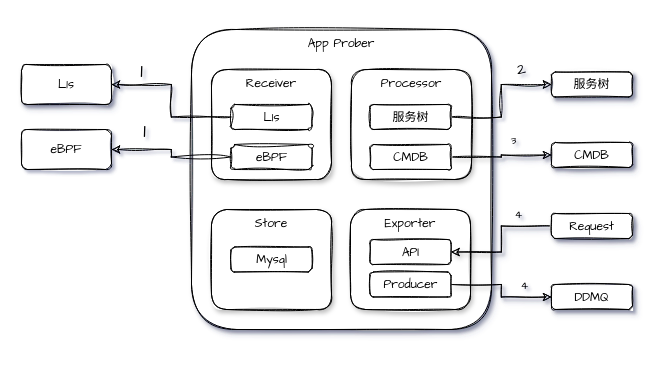
This is page "概要" (1 of 3) of app-prober.drawio from yubo/draw, a draw.io file, before an edit. Source tidied: cells renumbered, new cells numbered last; positions are measured from the earlier drawing's top-left corner, leaving out a move shared by most shapes. Both pictures are drawn from the tidied source at 100%, with x=0, y=0 at pixel (21, 29).
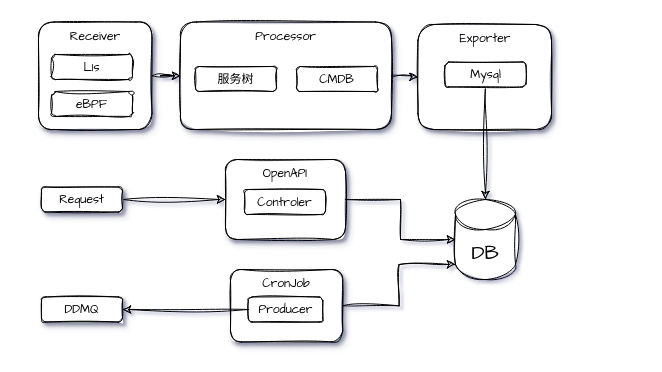
The same page after the edit.

Diff of the diagram source:
```diff
@@
-    <mxCell id="2" value="&lt;font face=&quot;Comic Sans MS&quot;&gt;App Prober&lt;/font&gt;" style="rounded=1;whiteSpace=wrap;html=1;shadow=1;sketch=1;strokeColor=default;fillColor=default;gradientColor=none;glass=0;verticalAlign=top;labelBackgroundColor=none;" parent="1" vertex="1">
-      <mxGeometry x="170" width="300" height="300" as="geometry" />
-    </mxCell>
-    <mxCell id="3" value="&lt;font face=&quot;Comic Sans MS&quot;&gt;L1s&lt;/font&gt;" style="rounded=1;whiteSpace=wrap;html=1;shadow=1;sketch=1;strokeColor=default;fillColor=default;gradientColor=none;glass=0;labelBackgroundColor=none;" parent="1" vertex="1">
-      <mxGeometry y="35" width="90" height="40" as="geometry" />
-    </mxCell>
-    <mxCell id="4" value="&lt;font face=&quot;Comic Sans MS&quot;&gt;eBPF&lt;/font&gt;" style="rounded=1;whiteSpace=wrap;html=1;shadow=0;sketch=1;strokeColor=default;fillColor=default;gradientColor=none;glass=0;labelBackgroundColor=none;" parent="1" vertex="1">
-      <mxGeometry y="100" width="90" height="40" as="geometry" />
-    </mxCell>
+    <mxCell id="30" style="edgeStyle=orthogonalEdgeStyle;rounded=0;sketch=1;hachureGap=4;jiggle=2;curveFitting=1;jettySize=auto;html=1;entryX=0;entryY=1;entryDx=0;entryDy=-15;entryPerimeter=0;fontFamily=Architects Daughter;fontSize=16;" parent="1" edge="1" source="31" target="38">
+      <mxGeometry relative="1" as="geometry" />
+    </mxCell>
+    <mxCell id="31" value="&lt;font face=&quot;Comic Sans MS&quot;&gt;CronJob&lt;/font&gt;" style="rounded=1;whiteSpace=wrap;html=1;shadow=1;sketch=1;strokeColor=default;fillColor=default;gradientColor=none;glass=0;horizontal=1;verticalAlign=top;labelBackgroundColor=none;" parent="1" vertex="1">
+      <mxGeometry x="209" y="240" width="112.2" height="72.5" as="geometry" />
+    </mxCell>
+    <mxCell id="32" style="edgeStyle=orthogonalEdgeStyle;rounded=0;sketch=1;hachureGap=4;jiggle=2;curveFitting=1;jettySize=auto;html=1;entryX=0;entryY=0.5;entryDx=0;entryDy=0;entryPerimeter=0;fontFamily=Architects Daughter;fontSize=16;" parent="1" edge="1" source="33" target="38">
+      <mxGeometry relative="1" as="geometry" />
+    </mxCell>
+    <mxCell id="33" value="&lt;font face=&quot;Comic Sans MS&quot;&gt;OpenAPI&lt;/font&gt;" style="rounded=1;whiteSpace=wrap;html=1;shadow=1;sketch=1;strokeColor=default;fillColor=default;gradientColor=none;glass=0;horizontal=1;verticalAlign=top;labelBackgroundColor=none;" parent="1" vertex="1">
+      <mxGeometry x="204" y="130" width="120" height="80" as="geometry" />
+    </mxCell>
+    <mxCell id="34" style="edgeStyle=orthogonalEdgeStyle;rounded=0;sketch=1;hachureGap=4;jiggle=2;curveFitting=1;jettySize=auto;html=1;fontFamily=Architects Daughter;fontSize=16;" parent="1" edge="1" source="5" target="9">
+      <mxGeometry relative="1" as="geometry" />
+    </mxCell>
     <mxCell id="5" value="&lt;font face=&quot;Comic Sans MS&quot;&gt;Receiver&lt;/font&gt;" style="rounded=1;whiteSpace=wrap;html=1;shadow=1;sketch=1;strokeColor=default;fillColor=default;gradientColor=none;glass=0;horizontal=1;verticalAlign=top;labelBackgroundColor=none;" parent="1" vertex="1">
-      <mxGeometry x="190" y="40" width="120" height="110" as="geometry" />
+      <mxGeometry x="17" y="-7.5" width="113.5" height="107.5" as="geometry" />
     </mxCell>
-    <mxCell id="6" style="edgeStyle=orthogonalEdgeStyle;rounded=0;sketch=1;hachureGap=4;jiggle=2;curveFitting=1;jettySize=auto;html=1;entryX=1;entryY=0.5;entryDx=0;entryDy=0;fontFamily=Architects Daughter;fontSize=16;" parent="1" edge="1" source="8" target="3">
-      <mxGeometry relative="1" as="geometry" />
-    </mxCell>
-    <mxCell id="7" value="1" style="edgeLabel;html=1;align=center;verticalAlign=middle;fontSize=20;fontFamily=Architects Daughter;labelBackgroundColor=none;" parent="6" vertex="1">
-      <mxGeometry x="0.62" y="-3" relative="1" as="geometry">
-        <mxPoint y="-12" as="offset" />
-      </mxGeometry>
-    </mxCell>
     <mxCell id="8" value="&lt;font face=&quot;Comic Sans MS&quot;&gt;L1s&lt;/font&gt;" style="rounded=1;whiteSpace=wrap;html=1;shadow=0;strokeColor=default;fillColor=default;gradientColor=none;glass=0;labelBackgroundColor=none;sketch=1;curveFitting=1;jiggle=2;" parent="1" vertex="1">
-      <mxGeometry x="209.5" y="75" width="81" height="25" as="geometry" />
+      <mxGeometry x="30" y="25" width="81" height="25" as="geometry" />
     </mxCell>
+    <mxCell id="35" style="edgeStyle=orthogonalEdgeStyle;rounded=0;sketch=1;hachureGap=4;jiggle=2;curveFitting=1;jettySize=auto;html=1;entryX=0;entryY=0.5;entryDx=0;entryDy=0;fontFamily=Architects Daughter;fontSize=16;" parent="1" edge="1" source="9" target="14">
+      <mxGeometry relative="1" as="geometry" />
+    </mxCell>
     <mxCell id="9" value="&lt;font face=&quot;Comic Sans MS&quot;&gt;Processor&lt;/font&gt;" style="rounded=1;whiteSpace=wrap;html=1;shadow=1;sketch=1;strokeColor=default;fillColor=default;gradientColor=none;glass=0;horizontal=1;verticalAlign=top;labelBackgroundColor=none;" parent="1" vertex="1">
-      <mxGeometry x="330" y="40" width="120" height="110" as="geometry" />
+      <mxGeometry x="159" y="-7.5" width="211" height="107.5" as="geometry" />
     </mxCell>
-    <mxCell id="10" value="3" style="edgeStyle=orthogonalEdgeStyle;rounded=0;sketch=1;jettySize=auto;html=1;entryX=0;entryY=0.5;entryDx=0;entryDy=0;shadow=1;fontFamily=Comic Sans MS;labelBackgroundColor=none;" parent="1" edge="1" source="11" target="19">
-      <mxGeometry x="0.22" y="16" relative="1" as="geometry">
-        <mxPoint x="1" y="1" as="offset" />
-      </mxGeometry>
-    </mxCell>
     <mxCell id="11" value="&lt;font face=&quot;Comic Sans MS&quot;&gt;CMDB&lt;/font&gt;" style="rounded=1;whiteSpace=wrap;html=1;shadow=0;sketch=1;strokeColor=default;fillColor=default;gradientColor=none;glass=0;labelBackgroundColor=none;" parent="1" vertex="1">
-      <mxGeometry x="348.5" y="115" width="81" height="25" as="geometry" />
+      <mxGeometry x="275" y="37" width="81" height="25" as="geometry" />
     </mxCell>
-    <mxCell id="12" value="&lt;font face=&quot;Comic Sans MS&quot;&gt;Store&lt;/font&gt;" style="rounded=1;whiteSpace=wrap;html=1;shadow=1;sketch=1;strokeColor=default;fillColor=default;gradientColor=none;glass=0;horizontal=1;verticalAlign=top;labelBackgroundColor=none;" parent="1" vertex="1">
-      <mxGeometry x="190" y="180" width="120" height="100" as="geometry" />
-    </mxCell>
-    <mxCell id="13" value="&lt;font face=&quot;Comic Sans MS&quot;&gt;Mysql&lt;/font&gt;" style="rounded=1;whiteSpace=wrap;html=1;shadow=0;sketch=1;strokeColor=default;fillColor=default;gradientColor=none;glass=0;labelBackgroundColor=none;" parent="1" vertex="1">
-      <mxGeometry x="209.5" y="217.5" width="81" height="25" as="geometry" />
-    </mxCell>
-    <mxCell id="14" value="&lt;font face=&quot;Comic Sans MS&quot;&gt;Exporter&lt;/font&gt;" style="rounded=1;whiteSpace=wrap;html=1;shadow=1;sketch=1;strokeColor=default;fillColor=default;gradientColor=none;glass=0;horizontal=1;verticalAlign=top;labelBackgroundColor=none;" parent="1" vertex="1">
-      <mxGeometry x="329" y="180" width="120" height="100" as="geometry" />
-    </mxCell>
-    <mxCell id="15" value="&lt;font face=&quot;Comic Sans MS&quot;&gt;API&lt;/font&gt;" style="rounded=1;whiteSpace=wrap;html=1;shadow=0;sketch=1;strokeColor=default;fillColor=default;gradientColor=none;glass=0;labelBackgroundColor=none;" parent="1" vertex="1">
-      <mxGeometry x="348.5" y="210" width="81" height="25" as="geometry" />
-    </mxCell>
-    <mxCell id="16" style="edgeStyle=orthogonalEdgeStyle;rounded=0;sketch=1;jettySize=auto;html=1;entryX=0;entryY=0.5;entryDx=0;entryDy=0;shadow=1;fontFamily=Comic Sans MS;labelBackgroundColor=none;" parent="1" edge="1" source="18" target="23">
+    <mxCell id="16" style="edgeStyle=orthogonalEdgeStyle;rounded=0;sketch=1;hachureGap=4;jiggle=2;curveFitting=1;jettySize=auto;html=1;entryX=1;entryY=0.5;entryDx=0;entryDy=0;fontFamily=Architects Daughter;fontSize=16;" parent="1" edge="1" source="18" target="23">
       <mxGeometry relative="1" as="geometry" />
     </mxCell>
-    <mxCell id="17" value="4" style="edgeLabel;html=1;align=center;verticalAlign=middle;fontFamily=Comic Sans MS;labelBackgroundColor=none;" parent="16" vertex="1">
-      <mxGeometry x="0.49" y="1" relative="1" as="geometry">
-        <mxPoint x="1" y="-11" as="offset" />
-      </mxGeometry>
-    </mxCell>
     <mxCell id="18" value="&lt;font face=&quot;Comic Sans MS&quot;&gt;Producer&lt;/font&gt;" style="rounded=1;whiteSpace=wrap;html=1;shadow=0;sketch=1;strokeColor=default;fillColor=default;gradientColor=none;glass=0;labelBackgroundColor=none;" parent="1" vertex="1">
-      <mxGeometry x="348.5" y="242.5" width="81" height="25" as="geometry" />
+      <mxGeometry x="226.8" y="267.5" width="74.5" height="25" as="geometry" />
     </mxCell>
-    <mxCell id="19" value="&lt;font face=&quot;Comic Sans MS&quot;&gt;CMDB&lt;/font&gt;" style="rounded=1;whiteSpace=wrap;html=1;shadow=1;sketch=1;strokeColor=default;fillColor=default;gradientColor=none;glass=0;labelBackgroundColor=none;" parent="1" vertex="1">
-      <mxGeometry x="530" y="113" width="81" height="25" as="geometry" />
-    </mxCell>
-    <mxCell id="20" style="edgeStyle=orthogonalEdgeStyle;rounded=0;sketch=1;jettySize=auto;html=1;entryX=1;entryY=0.5;entryDx=0;entryDy=0;shadow=1;fontFamily=Comic Sans MS;labelBackgroundColor=none;" parent="1" edge="1" source="22" target="15">
-      <mxGeometry relative="1" as="geometry" />
-    </mxCell>
-    <mxCell id="21" value="4" style="edgeLabel;html=1;align=center;verticalAlign=middle;fontFamily=Comic Sans MS;labelBackgroundColor=none;" parent="20" vertex="1">
-      <mxGeometry x="-0.31" y="-1" relative="1" as="geometry">
-        <mxPoint x="10" y="-11" as="offset" />
-      </mxGeometry>
-    </mxCell>
+    <mxCell id="36" style="edgeStyle=orthogonalEdgeStyle;rounded=0;sketch=1;hachureGap=4;jiggle=2;curveFitting=1;jettySize=auto;html=1;entryX=0;entryY=0.5;entryDx=0;entryDy=0;fontFamily=Architects Daughter;fontSize=16;" parent="1" edge="1" source="22" target="33">
+      <mxGeometry relative="1" as="geometry" />
+    </mxCell>
     <mxCell id="22" value="&lt;font face=&quot;Comic Sans MS&quot;&gt;Request&lt;/font&gt;" style="rounded=1;whiteSpace=wrap;html=1;shadow=1;sketch=1;strokeColor=default;fillColor=default;gradientColor=none;glass=0;labelBackgroundColor=none;" parent="1" vertex="1">
-      <mxGeometry x="530" y="184" width="81" height="25" as="geometry" />
+      <mxGeometry x="20" y="157.5" width="81" height="25" as="geometry" />
     </mxCell>
     <mxCell id="23" value="&lt;font face=&quot;Comic Sans MS&quot;&gt;DDMQ&lt;/font&gt;" style="rounded=1;whiteSpace=wrap;html=1;shadow=1;sketch=1;strokeColor=default;fillColor=default;gradientColor=none;glass=0;labelBackgroundColor=none;" parent="1" vertex="1">
-      <mxGeometry x="530" y="255" width="81" height="25" as="geometry" />
+      <mxGeometry x="20" y="267.5" width="81" height="25" as="geometry" />
     </mxCell>
-    <mxCell id="24" value="2" style="edgeStyle=orthogonalEdgeStyle;rounded=0;sketch=1;hachureGap=4;jiggle=2;curveFitting=1;jettySize=auto;html=1;entryX=0;entryY=0.5;entryDx=0;entryDy=0;fontFamily=Architects Daughter;fontSize=16;labelBackgroundColor=none;" parent="1" edge="1" source="25" target="26">
-      <mxGeometry x="0.55" y="15" relative="1" as="geometry" />
-    </mxCell>
+    <mxCell id="14" value="&lt;font face=&quot;Comic Sans MS&quot;&gt;Exporter&lt;/font&gt;" style="rounded=1;whiteSpace=wrap;html=1;shadow=1;sketch=1;strokeColor=default;fillColor=default;gradientColor=none;glass=0;horizontal=1;verticalAlign=top;labelBackgroundColor=none;" parent="1" vertex="1">
+      <mxGeometry x="396.5" y="-5" width="133.5" height="105" as="geometry" />
+    </mxCell>
     <mxCell id="25" value="&lt;font face=&quot;Comic Sans MS&quot;&gt;服务树&lt;/font&gt;" style="rounded=1;whiteSpace=wrap;html=1;shadow=0;sketch=1;strokeColor=default;fillColor=default;gradientColor=none;glass=0;labelBackgroundColor=none;" parent="1" vertex="1">
-      <mxGeometry x="348.5" y="75" width="81" height="25" as="geometry" />
+      <mxGeometry x="174" y="37" width="81" height="25" as="geometry" />
     </mxCell>
-    <mxCell id="26" value="&lt;font face=&quot;Comic Sans MS&quot;&gt;服务树&lt;/font&gt;" style="rounded=1;whiteSpace=wrap;html=1;shadow=1;sketch=1;strokeColor=default;fillColor=default;gradientColor=none;glass=0;labelBackgroundColor=none;" parent="1" vertex="1">
-      <mxGeometry x="530" y="42.5" width="81" height="25" as="geometry" />
-    </mxCell>
-    <mxCell id="27" style="edgeStyle=orthogonalEdgeStyle;rounded=0;sketch=1;hachureGap=4;jiggle=2;curveFitting=1;jettySize=auto;html=1;entryX=1;entryY=0.5;entryDx=0;entryDy=0;fontFamily=Architects Daughter;fontSize=16;" parent="1" edge="1" source="29" target="4">
-      <mxGeometry relative="1" as="geometry" />
-    </mxCell>
-    <mxCell id="28" value="1" style="edgeLabel;html=1;align=center;verticalAlign=middle;fontSize=20;fontFamily=Architects Daughter;labelBackgroundColor=none;" parent="27" vertex="1">
-      <mxGeometry x="0.5" y="-5" relative="1" as="geometry">
-        <mxPoint y="-15" as="offset" />
-      </mxGeometry>
-    </mxCell>
     <mxCell id="29" value="&lt;font face=&quot;Comic Sans MS&quot;&gt;eBPF&lt;/font&gt;" style="rounded=1;whiteSpace=wrap;html=1;shadow=0;strokeColor=default;fillColor=default;gradientColor=none;glass=0;labelBackgroundColor=none;sketch=1;curveFitting=1;jiggle=2;" parent="1" vertex="1">
-      <mxGeometry x="209.5" y="115" width="81" height="25" as="geometry" />
+      <mxGeometry x="30" y="62" width="81" height="25" as="geometry" />
     </mxCell>
+    <mxCell id="37" style="edgeStyle=orthogonalEdgeStyle;rounded=0;sketch=1;hachureGap=4;jiggle=2;curveFitting=1;jettySize=auto;html=1;entryX=0.5;entryY=0;entryDx=0;entryDy=0;entryPerimeter=0;fontFamily=Architects Daughter;fontSize=16;" parent="1" edge="1" source="13" target="38">
+      <mxGeometry relative="1" as="geometry" />
+    </mxCell>
+    <mxCell id="13" value="&lt;font face=&quot;Comic Sans MS&quot;&gt;Mysql&lt;/font&gt;" style="rounded=1;whiteSpace=wrap;html=1;shadow=0;sketch=1;strokeColor=default;fillColor=default;gradientColor=none;glass=0;labelBackgroundColor=none;direction=west;" parent="1" vertex="1">
+      <mxGeometry x="423.5" y="32.5" width="81" height="25" as="geometry" />
+    </mxCell>
+    <mxCell id="38" value="DB" style="shape=cylinder3;whiteSpace=wrap;html=1;boundedLbl=1;backgroundOutline=1;size=15;sketch=1;hachureGap=4;jiggle=2;curveFitting=1;fontFamily=Architects Daughter;fontSize=20;" parent="1" vertex="1">
+      <mxGeometry x="434" y="170" width="60" height="80" as="geometry" />
+    </mxCell>
+    <mxCell id="39" value="&lt;font face=&quot;Comic Sans MS&quot;&gt;Controler&lt;/font&gt;" style="rounded=1;whiteSpace=wrap;html=1;shadow=0;sketch=1;strokeColor=default;fillColor=default;gradientColor=none;glass=0;labelBackgroundColor=none;" parent="1" vertex="1">
+      <mxGeometry x="223" y="160" width="81" height="25" as="geometry" />
+    </mxCell>
```
